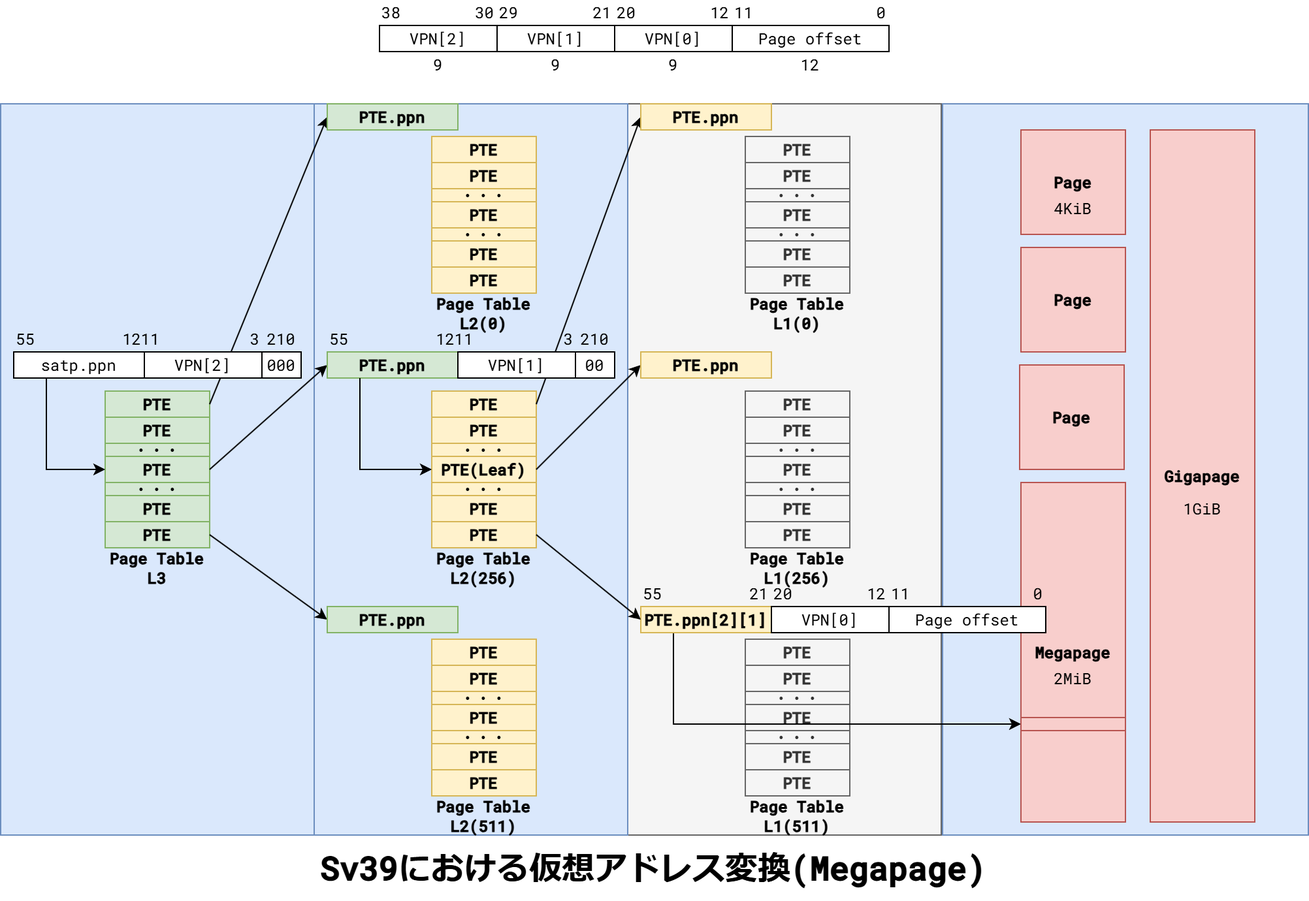
Above: images/UnderstandMMU/Sv39_Megapage.png in VLSI-JP/VLSI-JP.github.io (draw.io), before the change. Source tidied: cells renumbered, new cells last; positions are measured from the earlier drawing's top-left corner, leaving out a move shared by most shapes.
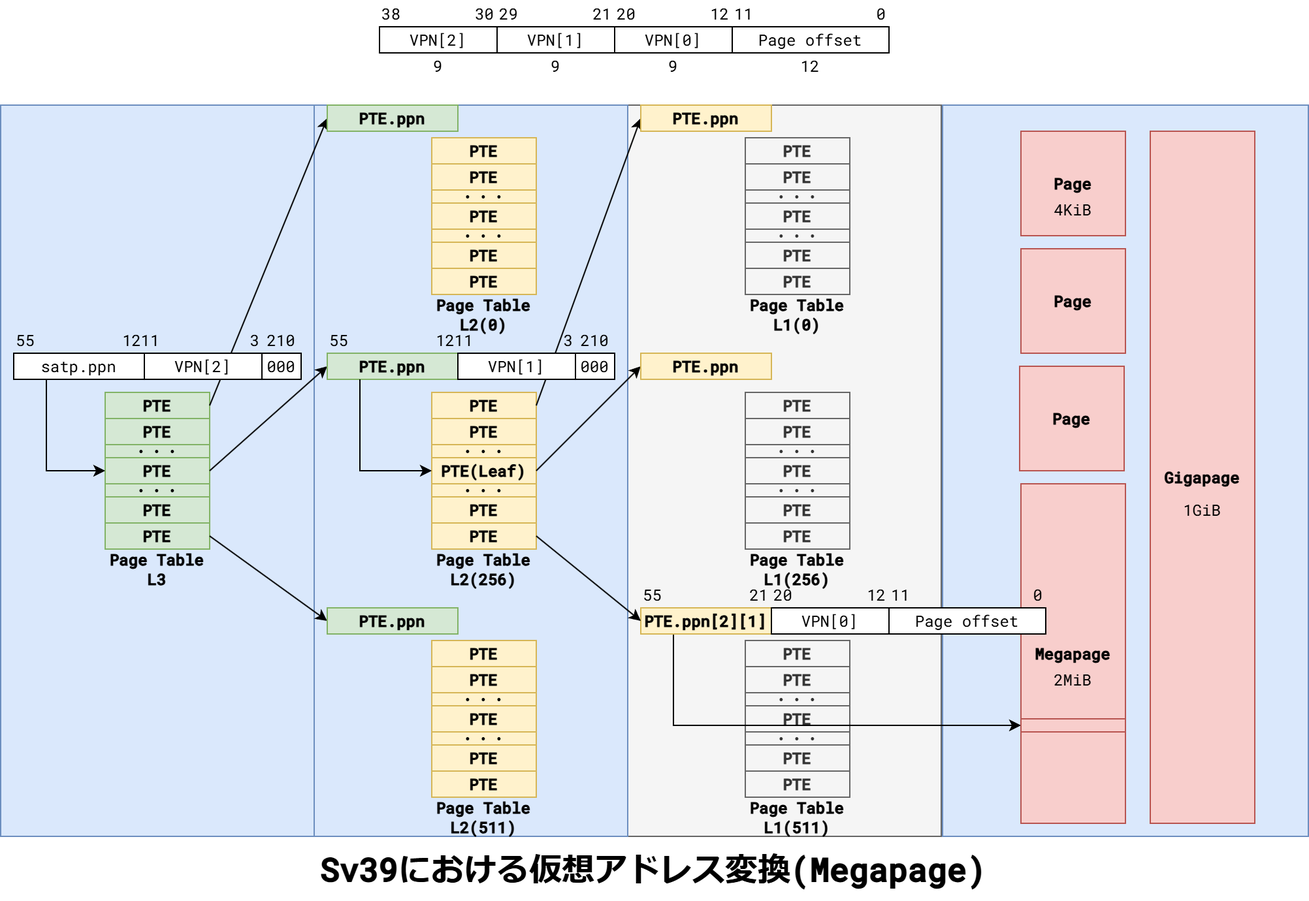
Above is the later version.

The edit, as a diff of the source:
```diff
@@ -191,7 +191,7 @@
     <mxCell id="64" value="PTE.ppn" style="rounded=0;whiteSpace=wrap;html=1;fillColor=#d5e8d4;strokeColor=#82b366;fontFamily=Roboto Mono;fontSource=https%3A%2F%2Ffonts.googleapis.com%2Fcss%3Ffamily%3DRoboto%2BMono;fontStyle=1;" parent="63" vertex="1">
       <mxGeometry y="20" width="100" height="20" as="geometry" />
     </mxCell>
-    <mxCell id="65" value="00" style="rounded=0;whiteSpace=wrap;html=1;fontFamily=Roboto Mono;fontSource=https%3A%2F%2Ffonts.googleapis.com%2Fcss%3Ffamily%3DRoboto%2BMono;" parent="63" vertex="1">
+    <mxCell id="65" value="000" style="rounded=0;whiteSpace=wrap;html=1;fontFamily=Roboto Mono;fontSource=https%3A%2F%2Ffonts.googleapis.com%2Fcss%3Ffamily%3DRoboto%2BMono;" parent="63" vertex="1">
       <mxGeometry x="190" y="20" width="30" height="20" as="geometry" />
     </mxCell>
     <mxCell id="66" value="55" style="text;html=1;align=left;verticalAlign=middle;whiteSpace=wrap;rounded=0;fontFamily=Roboto Mono;fontSource=https%3A%2F%2Ffonts.googleapis.com%2Fcss%3Ffamily%3DRoboto%2BMono;" parent="63" vertex="1">
```
